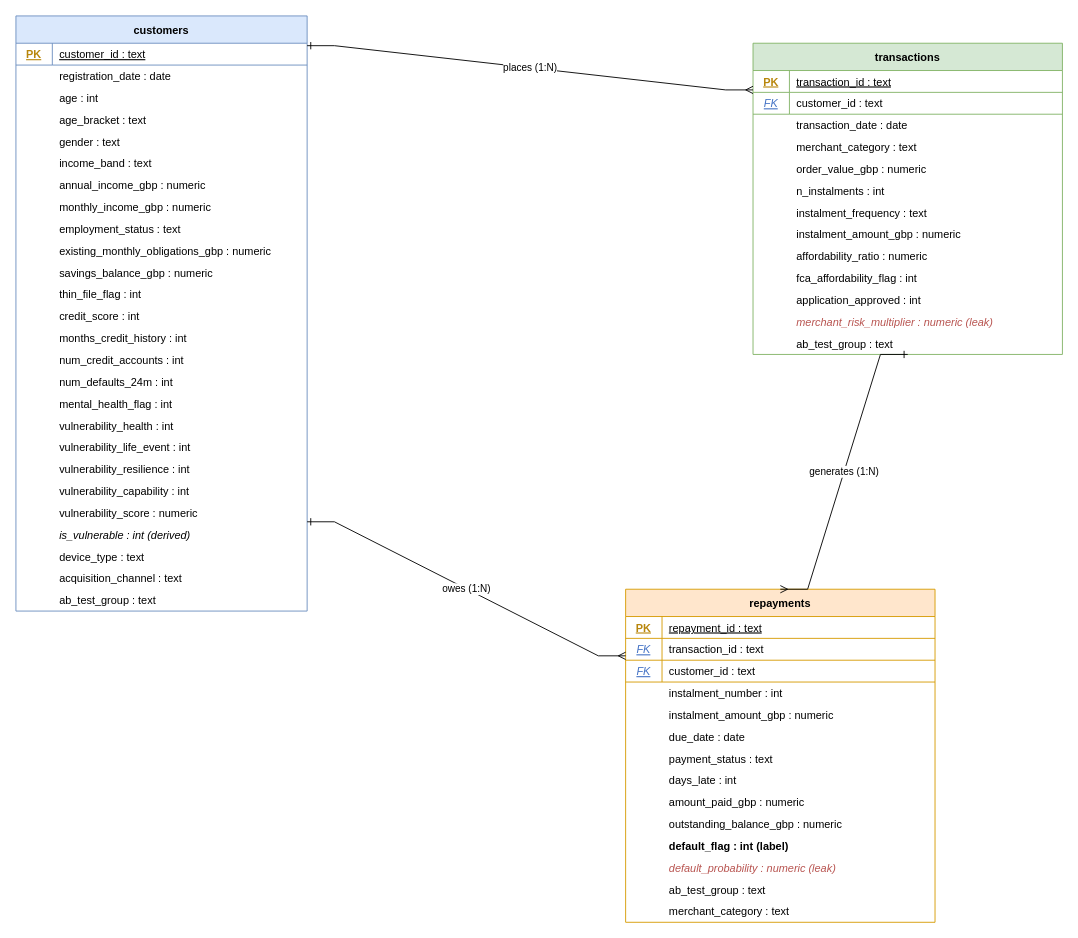
This is docs/sentinel_credit_card_erd.drawio from korede-folarin/sentinel-credit, a draw.io file, before an edit. Source tidied: cells renumbered, new cells numbered last; positions are measured from the earlier drawing's top-left corner, leaving out a move shared by most shapes. Both pictures are drawn from the tidied source at 91%, with x=0, y=0 at pixel (15, 15).
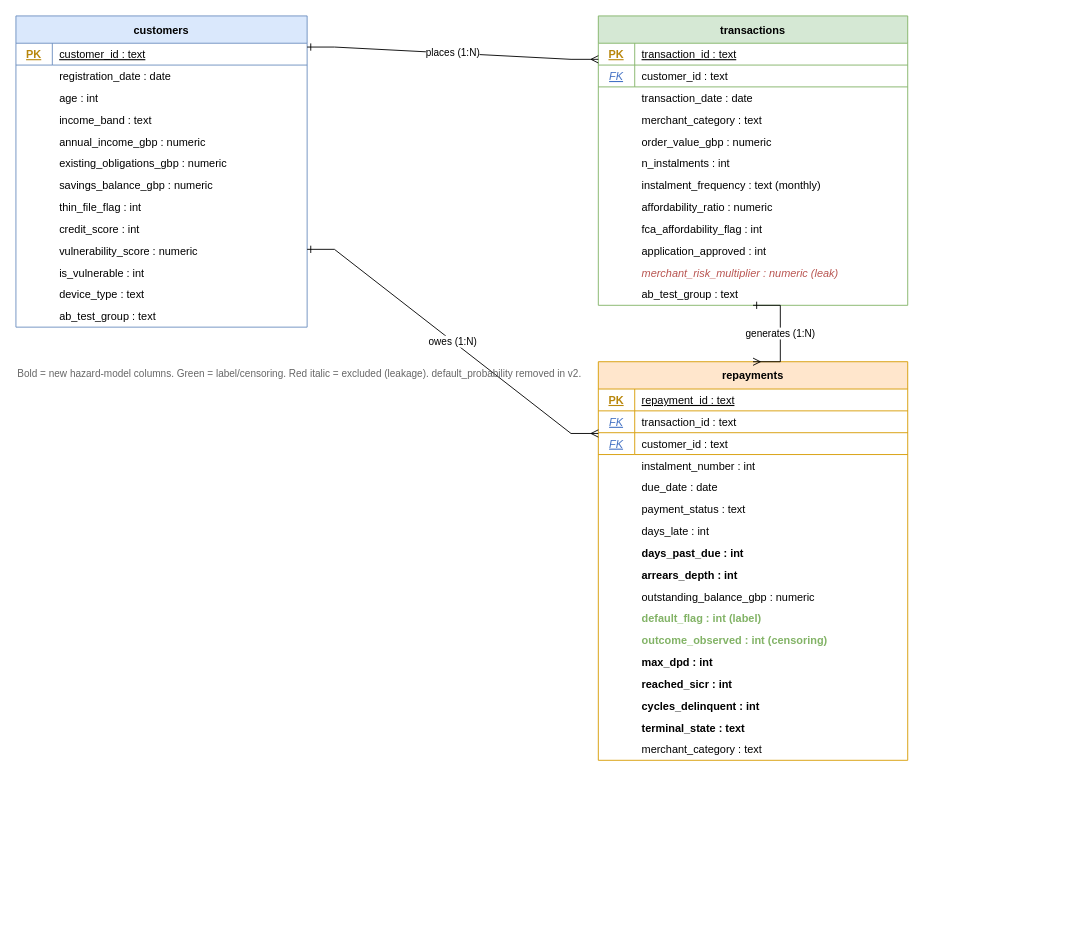
After the change.

Diff of the diagram source:
```diff
@@
     <mxCell id="2" value="customers" style="shape=table;startSize=30;childLayout=tableLayout;fontStyle=1;align=center;fillColor=#dae8fc;strokeColor=#6c8ebf;" parent="1" vertex="1">
-      <mxGeometry width="320" height="654" as="geometry" />
+      <mxGeometry width="320" height="342" as="geometry" />
     </mxCell>
@@
-    <mxCell id="8" value="age_bracket : text" style="shape=partialRectangle;overflow=hidden;fillColor=none;top=0;left=0;bottom=0;right=0;align=left;spacingLeft=46;" parent="2" vertex="1">
+    <mxCell id="8" value="income_band : text" style="shape=partialRectangle;overflow=hidden;fillColor=none;top=0;left=0;bottom=0;right=0;align=left;spacingLeft=46;" parent="2" vertex="1">
       <mxGeometry y="102" width="320" height="24" as="geometry" />
     </mxCell>
-    <mxCell id="9" value="gender : text" style="shape=partialRectangle;overflow=hidden;fillColor=none;top=0;left=0;bottom=0;right=0;align=left;spacingLeft=46;" parent="2" vertex="1">
+    <mxCell id="9" value="annual_income_gbp : numeric" style="shape=partialRectangle;overflow=hidden;fillColor=none;top=0;left=0;bottom=0;right=0;align=left;spacingLeft=46;" parent="2" vertex="1">
       <mxGeometry y="126" width="320" height="24" as="geometry" />
     </mxCell>
-    <mxCell id="10" value="income_band : text" style="shape=partialRectangle;overflow=hidden;fillColor=none;top=0;left=0;bottom=0;right=0;align=left;spacingLeft=46;" parent="2" vertex="1">
+    <mxCell id="10" value="existing_obligations_gbp : numeric" style="shape=partialRectangle;overflow=hidden;fillColor=none;top=0;left=0;bottom=0;right=0;align=left;spacingLeft=46;" parent="2" vertex="1">
       <mxGeometry y="150" width="320" height="24" as="geometry" />
     </mxCell>
-    <mxCell id="11" value="annual_income_gbp : numeric" style="shape=partialRectangle;overflow=hidden;fillColor=none;top=0;left=0;bottom=0;right=0;align=left;spacingLeft=46;" parent="2" vertex="1">
+    <mxCell id="11" value="savings_balance_gbp : numeric" style="shape=partialRectangle;overflow=hidden;fillColor=none;top=0;left=0;bottom=0;right=0;align=left;spacingLeft=46;" parent="2" vertex="1">
       <mxGeometry y="174" width="320" height="24" as="geometry" />
     </mxCell>
-    <mxCell id="12" value="monthly_income_gbp : numeric" style="shape=partialRectangle;overflow=hidden;fillColor=none;top=0;left=0;bottom=0;right=0;align=left;spacingLeft=46;" parent="2" vertex="1">
+    <mxCell id="12" value="thin_file_flag : int" style="shape=partialRectangle;overflow=hidden;fillColor=none;top=0;left=0;bottom=0;right=0;align=left;spacingLeft=46;" parent="2" vertex="1">
       <mxGeometry y="198" width="320" height="24" as="geometry" />
     </mxCell>
-    <mxCell id="13" value="employment_status : text" style="shape=partialRectangle;overflow=hidden;fillColor=none;top=0;left=0;bottom=0;right=0;align=left;spacingLeft=46;" parent="2" vertex="1">
+    <mxCell id="13" value="credit_score : int" style="shape=partialRectangle;overflow=hidden;fillColor=none;top=0;left=0;bottom=0;right=0;align=left;spacingLeft=46;" parent="2" vertex="1">
       <mxGeometry y="222" width="320" height="24" as="geometry" />
     </mxCell>
-    <mxCell id="14" value="existing_monthly_obligations_gbp : numeric" style="shape=partialRectangle;overflow=hidden;fillColor=none;top=0;left=0;bottom=0;right=0;align=left;spacingLeft=46;" parent="2" vertex="1">
+    <mxCell id="14" value="vulnerability_score : numeric" style="shape=partialRectangle;overflow=hidden;fillColor=none;top=0;left=0;bottom=0;right=0;align=left;spacingLeft=46;" parent="2" vertex="1">
       <mxGeometry y="246" width="320" height="24" as="geometry" />
     </mxCell>
-    <mxCell id="15" value="savings_balance_gbp : numeric" style="shape=partialRectangle;overflow=hidden;fillColor=none;top=0;left=0;bottom=0;right=0;align=left;spacingLeft=46;" parent="2" vertex="1">
+    <mxCell id="15" value="is_vulnerable : int" style="shape=partialRectangle;overflow=hidden;fillColor=none;top=0;left=0;bottom=0;right=0;align=left;spacingLeft=46;" parent="2" vertex="1">
       <mxGeometry y="270" width="320" height="24" as="geometry" />
     </mxCell>
-    <mxCell id="16" value="thin_file_flag : int" style="shape=partialRectangle;overflow=hidden;fillColor=none;top=0;left=0;bottom=0;right=0;align=left;spacingLeft=46;" parent="2" vertex="1">
+    <mxCell id="16" value="device_type : text" style="shape=partialRectangle;overflow=hidden;fillColor=none;top=0;left=0;bottom=0;right=0;align=left;spacingLeft=46;" parent="2" vertex="1">
       <mxGeometry y="294" width="320" height="24" as="geometry" />
     </mxCell>
-    <mxCell id="17" value="credit_score : int" style="shape=partialRectangle;overflow=hidden;fillColor=none;top=0;left=0;bottom=0;right=0;align=left;spacingLeft=46;" parent="2" vertex="1">
+    <mxCell id="17" value="ab_test_group : text" style="shape=partialRectangle;overflow=hidden;fillColor=none;top=0;left=0;bottom=0;right=0;align=left;spacingLeft=46;" parent="2" vertex="1">
       <mxGeometry y="318" width="320" height="24" as="geometry" />
     </mxCell>
-    <mxCell id="18" value="months_credit_history : int" style="shape=partialRectangle;overflow=hidden;fillColor=none;top=0;left=0;bottom=0;right=0;align=left;spacingLeft=46;" parent="2" vertex="1">
-      <mxGeometry y="342" width="320" height="24" as="geometry" />
-    </mxCell>
-    <mxCell id="19" value="num_credit_accounts : int" style="shape=partialRectangle;overflow=hidden;fillColor=none;top=0;left=0;bottom=0;right=0;align=left;spacingLeft=46;" parent="2" vertex="1">
-      <mxGeometry y="366" width="320" height="24" as="geometry" />
-    </mxCell>
-    <mxCell id="20" value="num_defaults_24m : int" style="shape=partialRectangle;overflow=hidden;fillColor=none;top=0;left=0;bottom=0;right=0;align=left;spacingLeft=46;" parent="2" vertex="1">
-      <mxGeometry y="390" width="320" height="24" as="geometry" />
-    </mxCell>
-    <mxCell id="21" value="mental_health_flag : int" style="shape=partialRectangle;overflow=hidden;fillColor=none;top=0;left=0;bottom=0;right=0;align=left;spacingLeft=46;" parent="2" vertex="1">
-      <mxGeometry y="414" width="320" height="24" as="geometry" />
-    </mxCell>
-    <mxCell id="22" value="vulnerability_health : int" style="shape=partialRectangle;overflow=hidden;fillColor=none;top=0;left=0;bottom=0;right=0;align=left;spacingLeft=46;" parent="2" vertex="1">
-      <mxGeometry y="438" width="320" height="24" as="geometry" />
-    </mxCell>
-    <mxCell id="23" value="vulnerability_life_event : int" style="shape=partialRectangle;overflow=hidden;fillColor=none;top=0;left=0;bottom=0;right=0;align=left;spacingLeft=46;" parent="2" vertex="1">
-      <mxGeometry y="462" width="320" height="24" as="geometry" />
-    </mxCell>
-    <mxCell id="24" value="vulnerability_resilience : int" style="shape=partialRectangle;overflow=hidden;fillColor=none;top=0;left=0;bottom=0;right=0;align=left;spacingLeft=46;" parent="2" vertex="1">
-      <mxGeometry y="486" width="320" height="24" as="geometry" />
-    </mxCell>
-    <mxCell id="25" value="vulnerability_capability : int" style="shape=partialRectangle;overflow=hidden;fillColor=none;top=0;left=0;bottom=0;right=0;align=left;spacingLeft=46;" parent="2" vertex="1">
-      <mxGeometry y="510" width="320" height="24" as="geometry" />
-    </mxCell>
-    <mxCell id="26" value="vulnerability_score : numeric" style="shape=partialRectangle;overflow=hidden;fillColor=none;top=0;left=0;bottom=0;right=0;align=left;spacingLeft=46;" parent="2" vertex="1">
-      <mxGeometry y="534" width="320" height="24" as="geometry" />
-    </mxCell>
-    <mxCell id="27" value="is_vulnerable : int (derived)" style="shape=partialRectangle;overflow=hidden;fillColor=none;top=0;left=0;bottom=0;right=0;align=left;spacingLeft=46;fontStyle=2;" parent="2" vertex="1">
-      <mxGeometry y="558" width="320" height="24" as="geometry" />
-    </mxCell>
-    <mxCell id="28" value="device_type : text" style="shape=partialRectangle;overflow=hidden;fillColor=none;top=0;left=0;bottom=0;right=0;align=left;spacingLeft=46;" parent="2" vertex="1">
-      <mxGeometry y="582" width="320" height="24" as="geometry" />
-    </mxCell>
-    <mxCell id="29" value="acquisition_channel : text" style="shape=partialRectangle;overflow=hidden;fillColor=none;top=0;left=0;bottom=0;right=0;align=left;spacingLeft=46;" parent="2" vertex="1">
-      <mxGeometry y="606" width="320" height="24" as="geometry" />
-    </mxCell>
-    <mxCell id="30" value="ab_test_group : text" style="shape=partialRectangle;overflow=hidden;fillColor=none;top=0;left=0;bottom=0;right=0;align=left;spacingLeft=46;" parent="2" vertex="1">
-      <mxGeometry y="630" width="320" height="24" as="geometry" />
-    </mxCell>
     <mxCell id="31" value="transactions" style="shape=table;startSize=30;childLayout=tableLayout;fontStyle=1;align=center;fillColor=#d5e8d4;strokeColor=#82b366;" parent="1" vertex="1">
-      <mxGeometry x="810" y="30" width="340" height="342" as="geometry" />
+      <mxGeometry x="640" width="340" height="318" as="geometry" />
     </mxCell>
@@
-    <mxCell id="42" value="instalment_frequency : text" style="shape=partialRectangle;overflow=hidden;fillColor=none;top=0;left=0;bottom=0;right=0;align=left;spacingLeft=46;" parent="31" vertex="1">
+    <mxCell id="42" value="instalment_frequency : text (monthly)" style="shape=partialRectangle;overflow=hidden;fillColor=none;top=0;left=0;bottom=0;right=0;align=left;spacingLeft=46;" parent="31" vertex="1">
       <mxGeometry y="174" width="340" height="24" as="geometry" />
     </mxCell>
-    <mxCell id="43" value="instalment_amount_gbp : numeric" style="shape=partialRectangle;overflow=hidden;fillColor=none;top=0;left=0;bottom=0;right=0;align=left;spacingLeft=46;" parent="31" vertex="1">
+    <mxCell id="43" value="affordability_ratio : numeric" style="shape=partialRectangle;overflow=hidden;fillColor=none;top=0;left=0;bottom=0;right=0;align=left;spacingLeft=46;" parent="31" vertex="1">
       <mxGeometry y="198" width="340" height="24" as="geometry" />
     </mxCell>
-    <mxCell id="44" value="affordability_ratio : numeric" style="shape=partialRectangle;overflow=hidden;fillColor=none;top=0;left=0;bottom=0;right=0;align=left;spacingLeft=46;" parent="31" vertex="1">
+    <mxCell id="44" value="fca_affordability_flag : int" style="shape=partialRectangle;overflow=hidden;fillColor=none;top=0;left=0;bottom=0;right=0;align=left;spacingLeft=46;" parent="31" vertex="1">
       <mxGeometry y="222" width="340" height="24" as="geometry" />
     </mxCell>
-    <mxCell id="45" value="fca_affordability_flag : int" style="shape=partialRectangle;overflow=hidden;fillColor=none;top=0;left=0;bottom=0;right=0;align=left;spacingLeft=46;" parent="31" vertex="1">
+    <mxCell id="45" value="application_approved : int" style="shape=partialRectangle;overflow=hidden;fillColor=none;top=0;left=0;bottom=0;right=0;align=left;spacingLeft=46;" parent="31" vertex="1">
       <mxGeometry y="246" width="340" height="24" as="geometry" />
     </mxCell>
-    <mxCell id="46" value="application_approved : int" style="shape=partialRectangle;overflow=hidden;fillColor=none;top=0;left=0;bottom=0;right=0;align=left;spacingLeft=46;" parent="31" vertex="1">
+    <mxCell id="46" value="merchant_risk_multiplier : numeric (leak)" style="shape=partialRectangle;overflow=hidden;fillColor=none;top=0;left=0;bottom=0;right=0;align=left;spacingLeft=46;fontStyle=2;fontColor=#B85450;" parent="31" vertex="1">
       <mxGeometry y="270" width="340" height="24" as="geometry" />
     </mxCell>
-    <mxCell id="47" value="merchant_risk_multiplier : numeric (leak)" style="shape=partialRectangle;overflow=hidden;fillColor=none;top=0;left=0;bottom=0;right=0;align=left;spacingLeft=46;fontStyle=2;fontColor=#B85450;" parent="31" vertex="1">
+    <mxCell id="47" value="ab_test_group : text" style="shape=partialRectangle;overflow=hidden;fillColor=none;top=0;left=0;bottom=0;right=0;align=left;spacingLeft=46;" parent="31" vertex="1">
       <mxGeometry y="294" width="340" height="24" as="geometry" />
     </mxCell>
-    <mxCell id="48" value="ab_test_group : text" style="shape=partialRectangle;overflow=hidden;fillColor=none;top=0;left=0;bottom=0;right=0;align=left;spacingLeft=46;" parent="31" vertex="1">
-      <mxGeometry y="318" width="340" height="24" as="geometry" />
-    </mxCell>
     <mxCell id="49" value="repayments" style="shape=table;startSize=30;childLayout=tableLayout;fontStyle=1;align=center;fillColor=#ffe6cc;strokeColor=#d79b00;" parent="1" vertex="1">
-      <mxGeometry x="670" y="630" width="340" height="366" as="geometry" />
+      <mxGeometry x="640" y="380" width="340" height="438" as="geometry" />
     </mxCell>
@@
-    <mxCell id="60" value="instalment_amount_gbp : numeric" style="shape=partialRectangle;overflow=hidden;fillColor=none;top=0;left=0;bottom=0;right=0;align=left;spacingLeft=46;" parent="49" vertex="1">
+    <mxCell id="60" value="due_date : date" style="shape=partialRectangle;overflow=hidden;fillColor=none;top=0;left=0;bottom=0;right=0;align=left;spacingLeft=46;" parent="49" vertex="1">
       <mxGeometry y="126" width="340" height="24" as="geometry" />
     </mxCell>
-    <mxCell id="61" value="due_date : date" style="shape=partialRectangle;overflow=hidden;fillColor=none;top=0;left=0;bottom=0;right=0;align=left;spacingLeft=46;" parent="49" vertex="1">
+    <mxCell id="61" value="payment_status : text" style="shape=partialRectangle;overflow=hidden;fillColor=none;top=0;left=0;bottom=0;right=0;align=left;spacingLeft=46;" parent="49" vertex="1">
       <mxGeometry y="150" width="340" height="24" as="geometry" />
     </mxCell>
-    <mxCell id="62" value="payment_status : text" style="shape=partialRectangle;overflow=hidden;fillColor=none;top=0;left=0;bottom=0;right=0;align=left;spacingLeft=46;" parent="49" vertex="1">
+    <mxCell id="62" value="days_late : int" style="shape=partialRectangle;overflow=hidden;fillColor=none;top=0;left=0;bottom=0;right=0;align=left;spacingLeft=46;" parent="49" vertex="1">
       <mxGeometry y="174" width="340" height="24" as="geometry" />
     </mxCell>
-    <mxCell id="63" value="days_late : int" style="shape=partialRectangle;overflow=hidden;fillColor=none;top=0;left=0;bottom=0;right=0;align=left;spacingLeft=46;" parent="49" vertex="1">
+    <mxCell id="63" value="days_past_due : int" style="shape=partialRectangle;overflow=hidden;fillColor=none;top=0;left=0;bottom=0;right=0;align=left;spacingLeft=46;fontStyle=1;" parent="49" vertex="1">
       <mxGeometry y="198" width="340" height="24" as="geometry" />
     </mxCell>
-    <mxCell id="64" value="amount_paid_gbp : numeric" style="shape=partialRectangle;overflow=hidden;fillColor=none;top=0;left=0;bottom=0;right=0;align=left;spacingLeft=46;" parent="49" vertex="1">
+    <mxCell id="64" value="arrears_depth : int" style="shape=partialRectangle;overflow=hidden;fillColor=none;top=0;left=0;bottom=0;right=0;align=left;spacingLeft=46;fontStyle=1;" parent="49" vertex="1">
       <mxGeometry y="222" width="340" height="24" as="geometry" />
     </mxCell>
@@
-    <mxCell id="66" value="default_flag : int (label)" style="shape=partialRectangle;overflow=hidden;fillColor=none;top=0;left=0;bottom=0;right=0;align=left;spacingLeft=46;fontStyle=1;" parent="49" vertex="1">
+    <mxCell id="66" value="default_flag : int (label)" style="shape=partialRectangle;overflow=hidden;fillColor=none;top=0;left=0;bottom=0;right=0;align=left;spacingLeft=46;fontStyle=1;fontColor=#82B366;" parent="49" vertex="1">
       <mxGeometry y="270" width="340" height="24" as="geometry" />
     </mxCell>
-    <mxCell id="67" value="default_probability : numeric (leak)" style="shape=partialRectangle;overflow=hidden;fillColor=none;top=0;left=0;bottom=0;right=0;align=left;spacingLeft=46;fontStyle=2;fontColor=#B85450;" parent="49" vertex="1">
+    <mxCell id="67" value="outcome_observed : int (censoring)" style="shape=partialRectangle;overflow=hidden;fillColor=none;top=0;left=0;bottom=0;right=0;align=left;spacingLeft=46;fontStyle=1;fontColor=#82B366;" parent="49" vertex="1">
       <mxGeometry y="294" width="340" height="24" as="geometry" />
     </mxCell>
-    <mxCell id="68" value="ab_test_group : text" style="shape=partialRectangle;overflow=hidden;fillColor=none;top=0;left=0;bottom=0;right=0;align=left;spacingLeft=46;" parent="49" vertex="1">
+    <mxCell id="68" value="max_dpd : int" style="shape=partialRectangle;overflow=hidden;fillColor=none;top=0;left=0;bottom=0;right=0;align=left;spacingLeft=46;fontStyle=1;" parent="49" vertex="1">
       <mxGeometry y="318" width="340" height="24" as="geometry" />
     </mxCell>
-    <mxCell id="69" value="merchant_category : text" style="shape=partialRectangle;overflow=hidden;fillColor=none;top=0;left=0;bottom=0;right=0;align=left;spacingLeft=46;" parent="49" vertex="1">
+    <mxCell id="69" value="reached_sicr : int" style="shape=partialRectangle;overflow=hidden;fillColor=none;top=0;left=0;bottom=0;right=0;align=left;spacingLeft=46;fontStyle=1;" parent="49" vertex="1">
       <mxGeometry y="342" width="340" height="24" as="geometry" />
     </mxCell>
+    <mxCell id="73" value="cycles_delinquent : int" style="shape=partialRectangle;overflow=hidden;fillColor=none;top=0;left=0;bottom=0;right=0;align=left;spacingLeft=46;fontStyle=1;" parent="49" vertex="1">
+      <mxGeometry y="366" width="340" height="24" as="geometry" />
+    </mxCell>
+    <mxCell id="74" value="terminal_state : text" style="shape=partialRectangle;overflow=hidden;fillColor=none;top=0;left=0;bottom=0;right=0;align=left;spacingLeft=46;fontStyle=1;" parent="49" vertex="1">
+      <mxGeometry y="390" width="340" height="24" as="geometry" />
+    </mxCell>
+    <mxCell id="75" value="merchant_category : text" style="shape=partialRectangle;overflow=hidden;fillColor=none;top=0;left=0;bottom=0;right=0;align=left;spacingLeft=46;" parent="49" vertex="1">
+      <mxGeometry y="414" width="340" height="24" as="geometry" />
+    </mxCell>
-    <mxCell id="70" value="places (1:N)" style="edgeStyle=entityRelationEdgeStyle;fontSize=11;html=1;endArrow=ERmany;startArrow=ERone;rounded=0;exitX=1;exitY=0.05;entryX=0;entryY=0.15;" parent="1" edge="1" source="2" target="31">
+    <mxCell id="70" value="places (1:N)" style="edgeStyle=entityRelationEdgeStyle;fontSize=11;html=1;endArrow=ERmany;startArrow=ERone;rounded=0;exitX=1;exitY=0.1;entryX=0;entryY=0.15;" parent="1" edge="1" source="2" target="31">
       <mxGeometry relative="1" as="geometry" />
     </mxCell>
-    <mxCell id="71" value="owes (1:N)" style="edgeStyle=entityRelationEdgeStyle;fontSize=11;html=1;endArrow=ERmany;startArrow=ERone;rounded=0;exitX=1;exitY=0.85;entryX=0;entryY=0.2;" parent="1" edge="1" source="2" target="49">
+    <mxCell id="71" value="owes (1:N)" style="edgeStyle=entityRelationEdgeStyle;fontSize=11;html=1;endArrow=ERmany;startArrow=ERone;rounded=0;exitX=1;exitY=0.75;entryX=0;entryY=0.18;" parent="1" edge="1" source="2" target="49">
       <mxGeometry relative="1" as="geometry" />
     </mxCell>
@@
+    <mxCell id="76" value="Bold = new hazard-model columns.  Green = label/censoring.  Red italic = excluded (leakage).  default_probability removed in v2." style="text;html=1;align=left;verticalAlign=top;fontSize=11;fontColor=#666666;" parent="1" vertex="1">
+      <mxGeometry y="380" width="560" height="40" as="geometry" />
+    </mxCell>
```
